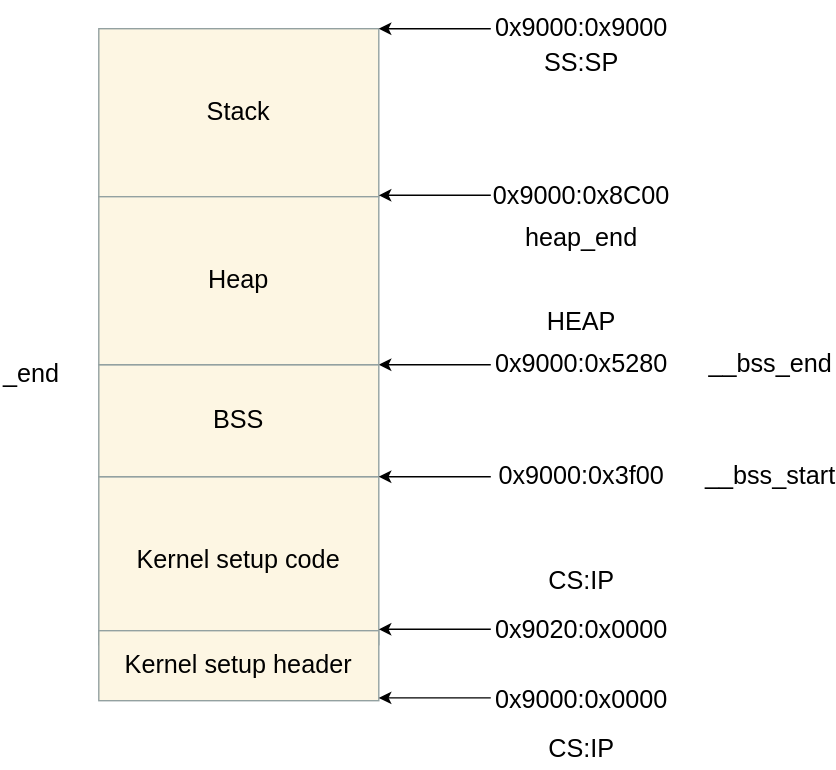
Above: Booting/images/early-heap.svg in 0xAX/linux-insides (draw.io), before the change. Source tidied: cells renumbered, new cells last; positions are measured from the earlier drawing's top-left corner, leaving out a move shared by most shapes.
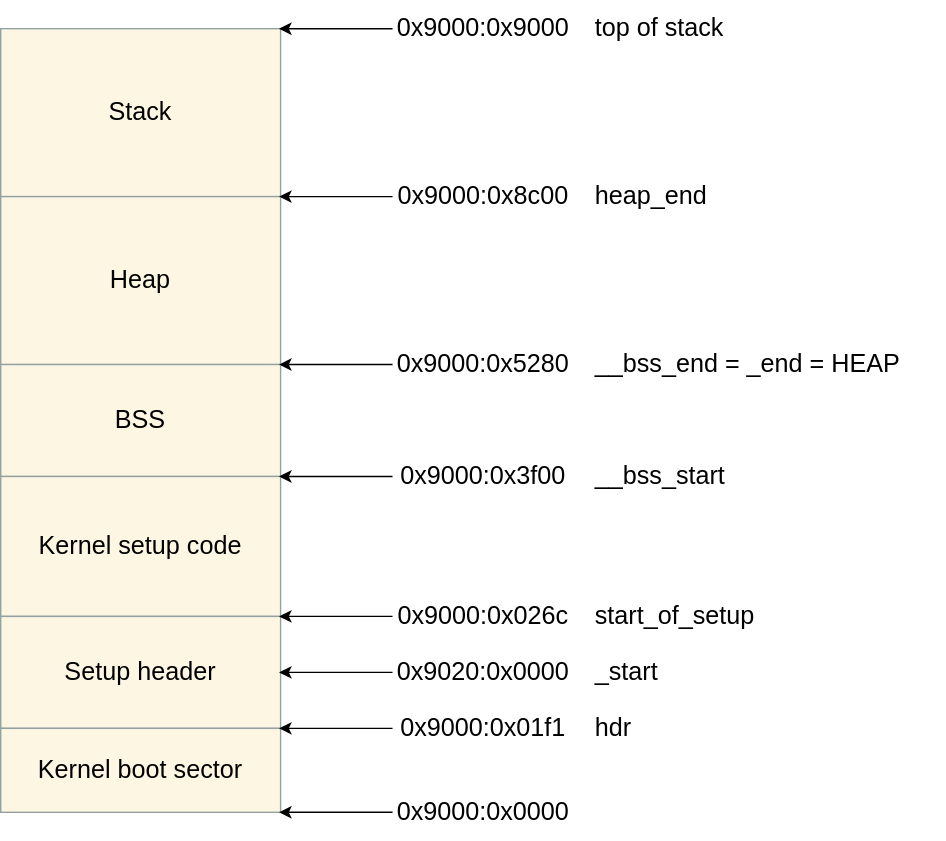
After the change.

Commit message:
boot: fix stack/bss/heap diagrams

What changed in the source:
```diff
@@ -2,115 +2,116 @@
   <root>
     <mxCell id="0" />
     <mxCell id="1" parent="0" />
-    <mxCell id="2" value="&lt;span style=&quot;&quot;&gt;&lt;font style=&quot;font-size: 18px;&quot;&gt;Stack&lt;/font&gt;&lt;/span&gt;" style="rounded=0;whiteSpace=wrap;html=1;fillColor=#FDF6E3;strokeColor=#93A1A1;strokeWidth=1;fontColor=#000000;" parent="1" vertex="1">
-      <mxGeometry x="70" y="20" width="200" height="120" as="geometry" />
+    <mxCell id="2" value="Stack" style="rounded=0;whiteSpace=wrap;html=1;fillColor=#FDF6E3;strokeColor=#93A1A1;strokeWidth=1;fontColor=#000000;fontSize=18;fontFamily=Helvetica;" parent="1" vertex="1">
+      <mxGeometry x="60" y="20" width="200" height="120" as="geometry" />
     </mxCell>
+    <mxCell id="21" value="Heap" style="rounded=0;whiteSpace=wrap;html=1;fillColor=#FDF6E3;strokeColor=#93A1A1;strokeWidth=1;fontColor=#000000;fontSize=18;fontFamily=Helvetica;" parent="1" vertex="1">
+      <mxGeometry x="60" y="140" width="200" height="120" as="geometry" />
+    </mxCell>
+    <mxCell id="14" value="BSS" style="rounded=0;whiteSpace=wrap;html=1;fillColor=#FDF6E3;strokeColor=#93A1A1;strokeWidth=1;fontColor=#000000;fontSize=18;fontFamily=Helvetica;" parent="1" vertex="1">
+      <mxGeometry x="60" y="260" width="200" height="80" as="geometry" />
+    </mxCell>
-    <mxCell id="3" value="&lt;font style=&quot;font-size: 18px; color: rgb(0, 0, 0);&quot;&gt;Kernel setup code&lt;/font&gt;" style="rounded=0;whiteSpace=wrap;html=1;gradientColor=none;fillColor=#FDF6E3;fillStyle=auto;strokeWidth=1;strokeColor=#93A1A1;" parent="1" vertex="1">
-      <mxGeometry x="70" y="340" width="200" height="120" as="geometry" />
+    <mxCell id="3" value="Kernel setup code" style="rounded=0;whiteSpace=wrap;html=1;fillColor=#FDF6E3;strokeColor=#93A1A1;strokeWidth=1;fontColor=#000000;fontSize=18;fontFamily=Helvetica;" parent="1" vertex="1">
+      <mxGeometry x="60" y="340" width="200" height="100" as="geometry" />
     </mxCell>
-    <mxCell id="4" style="edgeStyle=orthogonalEdgeStyle;rounded=0;jettySize=auto;html=1;entryX=1;entryY=0;entryDx=0;entryDy=0;" parent="1" edge="1" source="5" target="2">
-      <mxGeometry relative="1" as="geometry">
-        <Array as="points">
-          <mxPoint x="415" y="20" />
-        </Array>
-      </mxGeometry>
-    </mxCell>
+    <mxCell id="27" value="Setup header" style="rounded=0;whiteSpace=wrap;html=1;fillColor=#FDF6E3;strokeColor=#93A1A1;strokeWidth=1;fontColor=#000000;fontSize=18;fontFamily=Helvetica;" parent="1" vertex="1">
+      <mxGeometry x="60" y="440" width="200" height="80" as="geometry" />
+    </mxCell>
+    <mxCell id="28" value="Kernel boot sector" style="rounded=0;whiteSpace=wrap;html=1;fillColor=#FDF6E3;strokeColor=#93A1A1;strokeWidth=1;fontColor=#000000;fontSize=18;fontFamily=Helvetica;" parent="1" vertex="1">
+      <mxGeometry x="60" y="520" width="200" height="60" as="geometry" />
+    </mxCell>
+    <mxCell id="29" style="edgeStyle=orthogonalEdgeStyle;rounded=0;orthogonalLoop=1;html=1;" parent="1" edge="1">
+      <mxGeometry relative="1" as="geometry">
+        <mxPoint x="340" y="20" as="sourcePoint" />
+        <mxPoint x="260" y="20" as="targetPoint" />
+      </mxGeometry>
+    </mxCell>
-    <mxCell id="5" value="&lt;font style=&quot;font-size: 18px; color: rgb(0, 0, 0);&quot;&gt;0x9000:0x9000&lt;/font&gt;" style="text;html=1;align=center;verticalAlign=middle;whiteSpace=wrap;rounded=0;" parent="1" vertex="1">
-      <mxGeometry x="350" width="130" height="40" as="geometry" />
+    <mxCell id="5" value="0x9000:0x9000" style="text;html=1;align=center;verticalAlign=middle;whiteSpace=wrap;rounded=0;fontSize=18;fontFamily=Helvetica;fontColor=#000000;" parent="1" vertex="1">
+      <mxGeometry x="340" y="5" width="130" height="30" as="geometry" />
     </mxCell>
-    <mxCell id="6" value="&lt;font style=&quot;font-size: 18px; color: rgb(0, 0, 0);&quot;&gt;0x9020:0x0000&lt;/font&gt;" style="text;html=1;align=center;verticalAlign=middle;whiteSpace=wrap;rounded=0;" parent="1" vertex="1">
-      <mxGeometry x="350" y="430" width="130" height="40" as="geometry" />
-    </mxCell>
-    <mxCell id="7" style="edgeStyle=orthogonalEdgeStyle;rounded=0;orthogonalLoop=1;jettySize=auto;html=1;entryX=1;entryY=0;entryDx=0;entryDy=0;" parent="1" edge="1">
-      <mxGeometry relative="1" as="geometry">
-        <mxPoint x="350" y="449" as="sourcePoint" />
-        <mxPoint x="270" y="449" as="targetPoint" />
-        <Array as="points">
-          <mxPoint x="290" y="449" />
-          <mxPoint x="290" y="449" />
-        </Array>
-      </mxGeometry>
-    </mxCell>
-    <mxCell id="8" value="&lt;font style=&quot;font-size: 18px; color: rgb(0, 0, 0);&quot;&gt;CS:IP&lt;/font&gt;" style="text;html=1;align=center;verticalAlign=middle;whiteSpace=wrap;rounded=0;" parent="1" vertex="1">
-      <mxGeometry x="385" y="400" width="60" height="30" as="geometry" />
-    </mxCell>
-    <mxCell id="9" value="&lt;div&gt;&lt;span style=&quot;color: rgb(0, 0, 0);&quot;&gt;SS:SP&lt;/span&gt;&lt;/div&gt;" style="text;html=1;align=center;verticalAlign=middle;whiteSpace=wrap;rounded=0;fontSize=18;" parent="1" vertex="1">
-      <mxGeometry x="385" y="30" width="60" height="30" as="geometry" />
-    </mxCell>
-    <mxCell id="10" value="&lt;font style=&quot;font-size: 18px; color: rgb(0, 0, 0);&quot;&gt;Kernel setup header&lt;/font&gt;" style="rounded=0;whiteSpace=wrap;html=1;gradientColor=none;fillColor=#FDF6E3;fillStyle=auto;strokeWidth=1;strokeColor=#93A1A1;" parent="1" vertex="1">
-      <mxGeometry x="70" y="450" width="200" height="50" as="geometry" />
-    </mxCell>
-    <mxCell id="11" value="&lt;font style=&quot;font-size: 18px; color: rgb(0, 0, 0);&quot;&gt;0x9000:0x0000&lt;/font&gt;" style="text;html=1;align=center;verticalAlign=middle;whiteSpace=wrap;rounded=0;" parent="1" vertex="1">
-      <mxGeometry x="350" y="480" width="130" height="40" as="geometry" />
-    </mxCell>
-    <mxCell id="12" style="edgeStyle=orthogonalEdgeStyle;rounded=0;orthogonalLoop=1;jettySize=auto;html=1;entryX=1;entryY=0;entryDx=0;entryDy=0;" parent="1" edge="1">
-      <mxGeometry relative="1" as="geometry">
-        <mxPoint x="350" y="498" as="sourcePoint" />
-        <mxPoint x="270" y="498" as="targetPoint" />
-        <Array as="points">
-          <mxPoint x="290" y="498" />
-          <mxPoint x="290" y="498" />
-        </Array>
-      </mxGeometry>
-    </mxCell>
-    <mxCell id="13" value="&lt;font style=&quot;font-size: 18px; color: rgb(0, 0, 0);&quot;&gt;CS:IP&lt;/font&gt;" style="text;html=1;align=center;verticalAlign=middle;whiteSpace=wrap;rounded=0;" parent="1" vertex="1">
-      <mxGeometry x="385" y="520" width="60" height="30" as="geometry" />
-    </mxCell>
-    <mxCell id="14" value="&lt;font style=&quot;font-size: 18px; color: rgb(0, 0, 0);&quot;&gt;BSS&lt;/font&gt;" style="rounded=0;whiteSpace=wrap;html=1;gradientColor=none;fillColor=#FDF6E3;fillStyle=auto;strokeWidth=1;strokeColor=#93A1A1;" parent="1" vertex="1">
-      <mxGeometry x="70" y="260" width="200" height="80" as="geometry" />
-    </mxCell>
-    <mxCell id="15" style="edgeStyle=orthogonalEdgeStyle;rounded=0;jettySize=auto;html=1;entryX=1;entryY=0;entryDx=0;entryDy=0;" parent="1" edge="1" source="16" target="14">
-      <mxGeometry relative="1" as="geometry">
-        <Array as="points">
-          <mxPoint x="290" y="260" />
-          <mxPoint x="290" y="260" />
-        </Array>
-      </mxGeometry>
-    </mxCell>
+    <mxCell id="30" value="top of stack" style="text;html=1;align=left;verticalAlign=middle;whiteSpace=nowrap;rounded=0;fontSize=18;fontFamily=Helvetica;fontColor=#000000;" parent="1" vertex="1">
+      <mxGeometry x="485" y="5" width="251" height="30" as="geometry" />
+    </mxCell>
+    <mxCell id="31" style="edgeStyle=orthogonalEdgeStyle;rounded=0;orthogonalLoop=1;html=1;" parent="1" edge="1">
+      <mxGeometry relative="1" as="geometry">
+        <mxPoint x="340" y="140" as="sourcePoint" />
+        <mxPoint x="260" y="140" as="targetPoint" />
+      </mxGeometry>
+    </mxCell>
+    <mxCell id="32" value="0x9000:0x8c00" style="text;html=1;align=center;verticalAlign=middle;whiteSpace=wrap;rounded=0;fontSize=18;fontFamily=Helvetica;fontColor=#000000;" parent="1" vertex="1">
+      <mxGeometry x="340" y="125" width="130" height="30" as="geometry" />
+    </mxCell>
+    <mxCell id="22" value="heap_end" style="text;html=1;align=left;verticalAlign=middle;whiteSpace=nowrap;rounded=0;fontSize=18;fontFamily=Helvetica;fontColor=#000000;" parent="1" vertex="1">
+      <mxGeometry x="485" y="125" width="251" height="30" as="geometry" />
+    </mxCell>
+    <mxCell id="33" style="edgeStyle=orthogonalEdgeStyle;rounded=0;orthogonalLoop=1;html=1;" parent="1" edge="1">
+      <mxGeometry relative="1" as="geometry">
+        <mxPoint x="340" y="260" as="sourcePoint" />
+        <mxPoint x="260" y="260" as="targetPoint" />
+      </mxGeometry>
+    </mxCell>
-    <mxCell id="16" value="&lt;font style=&quot;font-size: 18px; color: rgb(0, 0, 0);&quot;&gt;0x9000:0x5280&lt;/font&gt;" style="text;html=1;align=center;verticalAlign=middle;whiteSpace=wrap;rounded=0;" parent="1" vertex="1">
-      <mxGeometry x="350" y="240" width="130" height="40" as="geometry" />
+    <mxCell id="16" value="0x9000:0x5280" style="text;html=1;align=center;verticalAlign=middle;whiteSpace=wrap;rounded=0;fontSize=18;fontFamily=Helvetica;fontColor=#000000;" parent="1" vertex="1">
+      <mxGeometry x="340" y="245" width="130" height="30" as="geometry" />
     </mxCell>
-    <mxCell id="17" style="edgeStyle=orthogonalEdgeStyle;rounded=0;jettySize=auto;html=1;entryX=1;entryY=0;entryDx=0;entryDy=0;" parent="1" edge="1" source="18" target="3">
-      <mxGeometry relative="1" as="geometry">
-        <Array as="points">
-          <mxPoint x="290" y="340" />
-          <mxPoint x="290" y="340" />
-        </Array>
-      </mxGeometry>
-    </mxCell>
+    <mxCell id="34" value="__bss_end = _end = HEAP" style="text;html=1;align=left;verticalAlign=middle;whiteSpace=nowrap;rounded=0;fontSize=18;fontFamily=Helvetica;fontColor=#000000;" parent="1" vertex="1">
+      <mxGeometry x="485" y="245" width="251" height="30" as="geometry" />
+    </mxCell>
+    <mxCell id="35" style="edgeStyle=orthogonalEdgeStyle;rounded=0;orthogonalLoop=1;html=1;" parent="1" edge="1">
+      <mxGeometry relative="1" as="geometry">
+        <mxPoint x="340" y="340" as="sourcePoint" />
+        <mxPoint x="260" y="340" as="targetPoint" />
+      </mxGeometry>
+    </mxCell>
-    <mxCell id="18" value="&lt;font style=&quot;font-size: 18px; color: rgb(0, 0, 0);&quot;&gt;0x9000:0x3f00&lt;/font&gt;" style="text;html=1;align=center;verticalAlign=middle;whiteSpace=wrap;rounded=0;" parent="1" vertex="1">
-      <mxGeometry x="350" y="320" width="130" height="40" as="geometry" />
+    <mxCell id="18" value="0x9000:0x3f00" style="text;html=1;align=center;verticalAlign=middle;whiteSpace=wrap;rounded=0;fontSize=18;fontFamily=Helvetica;fontColor=#000000;" parent="1" vertex="1">
+      <mxGeometry x="340" y="325" width="130" height="30" as="geometry" />
     </mxCell>
-    <mxCell id="19" value="&lt;font style=&quot;font-size: 18px; color: rgb(0, 0, 0);&quot;&gt;__bss_start&lt;/font&gt;" style="text;html=1;align=center;verticalAlign=middle;whiteSpace=wrap;rounded=0;" parent="1" vertex="1">
-      <mxGeometry x="520" y="325" width="60" height="30" as="geometry" />
+    <mxCell id="19" value="__bss_start" style="text;html=1;align=left;verticalAlign=middle;whiteSpace=nowrap;rounded=0;fontSize=18;fontFamily=Helvetica;fontColor=#000000;" parent="1" vertex="1">
+      <mxGeometry x="485" y="325" width="251" height="30" as="geometry" />
     </mxCell>
-    <mxCell id="20" value="&lt;span style=&quot;&quot;&gt;&lt;font style=&quot;font-size: 18px;&quot;&gt;__bss_end&lt;/font&gt;&lt;/span&gt;" style="text;html=1;align=center;verticalAlign=middle;whiteSpace=wrap;rounded=0;fontColor=#000000;" parent="1" vertex="1">
-      <mxGeometry x="520" y="245" width="60" height="30" as="geometry" />
-    </mxCell>
-    <mxCell id="21" value="&lt;font style=&quot;font-size: 18px; color: rgb(0, 0, 0);&quot;&gt;Heap&lt;/font&gt;" style="rounded=0;whiteSpace=wrap;html=1;fillColor=#FDF6E3;strokeColor=#93A1A1;strokeWidth=1;" parent="1" vertex="1">
-      <mxGeometry x="70" y="140" width="200" height="120" as="geometry" />
-    </mxCell>
-    <mxCell id="22" value="&lt;span style=&quot;&quot;&gt;&lt;font style=&quot;font-size: 18px;&quot;&gt;heap_end&lt;/font&gt;&lt;/span&gt;" style="text;html=1;align=center;verticalAlign=middle;whiteSpace=wrap;rounded=0;fontColor=#000000;" parent="1" vertex="1">
-      <mxGeometry x="350" y="150" width="130" height="40" as="geometry" />
-    </mxCell>
-    <mxCell id="23" value="&lt;font style=&quot;font-size: 18px; color: rgb(0, 0, 0);&quot;&gt;0x9000:0x8C00&lt;/font&gt;" style="text;html=1;align=center;verticalAlign=middle;whiteSpace=wrap;rounded=0;" parent="1" vertex="1">
-      <mxGeometry x="350" y="120" width="130" height="40" as="geometry" />
-    </mxCell>
-    <mxCell id="24" style="edgeStyle=orthogonalEdgeStyle;rounded=0;orthogonalLoop=1;jettySize=auto;html=1;entryX=1;entryY=0;entryDx=0;entryDy=0;" parent="1" edge="1">
-      <mxGeometry relative="1" as="geometry">
-        <mxPoint x="350" y="139" as="sourcePoint" />
-        <mxPoint x="270" y="139" as="targetPoint" />
-        <Array as="points">
-          <mxPoint x="290" y="139" />
-          <mxPoint x="290" y="139" />
-        </Array>
-      </mxGeometry>
-    </mxCell>
-    <mxCell id="25" value="&lt;span style=&quot;&quot;&gt;&lt;font style=&quot;font-size: 18px;&quot;&gt;_end&lt;/font&gt;&lt;/span&gt;" style="text;whiteSpace=wrap;html=1;fontColor=#000000;" parent="1" vertex="1">
-      <mxGeometry y="250" width="130" height="50" as="geometry" />
-    </mxCell>
-    <mxCell id="26" value="&lt;font style=&quot;font-size: 18px;&quot;&gt;HEAP&lt;/font&gt;" style="text;html=1;align=center;verticalAlign=middle;whiteSpace=wrap;rounded=0;fontColor=#000000;" parent="1" vertex="1">
-      <mxGeometry x="350" y="210" width="130" height="40" as="geometry" />
-    </mxCell>
+    <mxCell id="36" style="edgeStyle=orthogonalEdgeStyle;rounded=0;orthogonalLoop=1;html=1;" parent="1" edge="1">
+      <mxGeometry relative="1" as="geometry">
+        <mxPoint x="340" y="440" as="sourcePoint" />
+        <mxPoint x="260" y="440" as="targetPoint" />
+      </mxGeometry>
+    </mxCell>
+    <mxCell id="37" value="0x9000:0x026c" style="text;html=1;align=center;verticalAlign=middle;whiteSpace=wrap;rounded=0;fontSize=18;fontFamily=Helvetica;fontColor=#000000;" parent="1" vertex="1">
+      <mxGeometry x="340" y="425" width="130" height="30" as="geometry" />
+    </mxCell>
+    <mxCell id="38" value="start_of_setup" style="text;html=1;align=left;verticalAlign=middle;whiteSpace=nowrap;rounded=0;fontSize=18;fontFamily=Helvetica;fontColor=#000000;" parent="1" vertex="1">
+      <mxGeometry x="485" y="425" width="251" height="30" as="geometry" />
+    </mxCell>
+    <mxCell id="39" style="edgeStyle=orthogonalEdgeStyle;rounded=0;orthogonalLoop=1;html=1;" parent="1" edge="1">
+      <mxGeometry relative="1" as="geometry">
+        <mxPoint x="340" y="480" as="sourcePoint" />
+        <mxPoint x="260" y="480" as="targetPoint" />
+      </mxGeometry>
+    </mxCell>
+    <mxCell id="6" value="0x9020:0x0000" style="text;html=1;align=center;verticalAlign=middle;whiteSpace=wrap;rounded=0;fontSize=18;fontFamily=Helvetica;fontColor=#000000;" parent="1" vertex="1">
+      <mxGeometry x="340" y="465" width="130" height="30" as="geometry" />
+    </mxCell>
+    <mxCell id="40" value="_start" style="text;html=1;align=left;verticalAlign=middle;whiteSpace=nowrap;rounded=0;fontSize=18;fontFamily=Helvetica;fontColor=#000000;" parent="1" vertex="1">
+      <mxGeometry x="485" y="465" width="251" height="30" as="geometry" />
+    </mxCell>
+    <mxCell id="41" style="edgeStyle=orthogonalEdgeStyle;rounded=0;orthogonalLoop=1;html=1;" parent="1" edge="1">
+      <mxGeometry relative="1" as="geometry">
+        <mxPoint x="340" y="520" as="sourcePoint" />
+        <mxPoint x="260" y="520" as="targetPoint" />
+      </mxGeometry>
+    </mxCell>
+    <mxCell id="42" value="0x9000:0x01f1" style="text;html=1;align=center;verticalAlign=middle;whiteSpace=wrap;rounded=0;fontSize=18;fontFamily=Helvetica;fontColor=#000000;" parent="1" vertex="1">
+      <mxGeometry x="340" y="505" width="130" height="30" as="geometry" />
+    </mxCell>
+    <mxCell id="43" value="hdr" style="text;html=1;align=left;verticalAlign=middle;whiteSpace=nowrap;rounded=0;fontSize=18;fontFamily=Helvetica;fontColor=#000000;" parent="1" vertex="1">
+      <mxGeometry x="485" y="505" width="251" height="30" as="geometry" />
+    </mxCell>
+    <mxCell id="44" style="edgeStyle=orthogonalEdgeStyle;rounded=0;orthogonalLoop=1;html=1;" parent="1" edge="1">
+      <mxGeometry relative="1" as="geometry">
+        <mxPoint x="340" y="580" as="sourcePoint" />
+        <mxPoint x="260" y="580" as="targetPoint" />
+      </mxGeometry>
+    </mxCell>
+    <mxCell id="11" value="0x9000:0x0000" style="text;html=1;align=center;verticalAlign=middle;whiteSpace=wrap;rounded=0;fontSize=18;fontFamily=Helvetica;fontColor=#000000;" parent="1" vertex="1">
+      <mxGeometry x="340" y="565" width="130" height="30" as="geometry" />
+    </mxCell>
   </root>
 </mxGraphModel>
```
